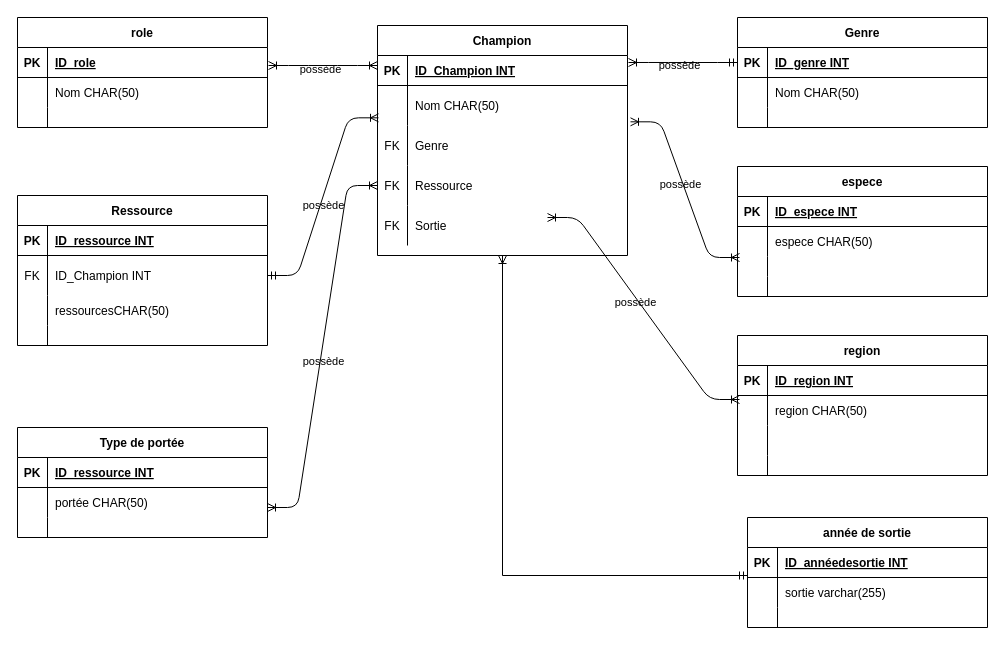
Earlier version of the draw.io diagram Diagramme sans nom.drawio (CamilleSimon/BTS2-CIEL-IR-MCD-2024-2025). Source tidied: cells renumbered, new cells numbered last; positions are measured from the earlier drawing's top-left corner, leaving out a move shared by most shapes. Both pictures are drawn from the tidied source at 100%, with x=0, y=0 at pixel (17, 17).
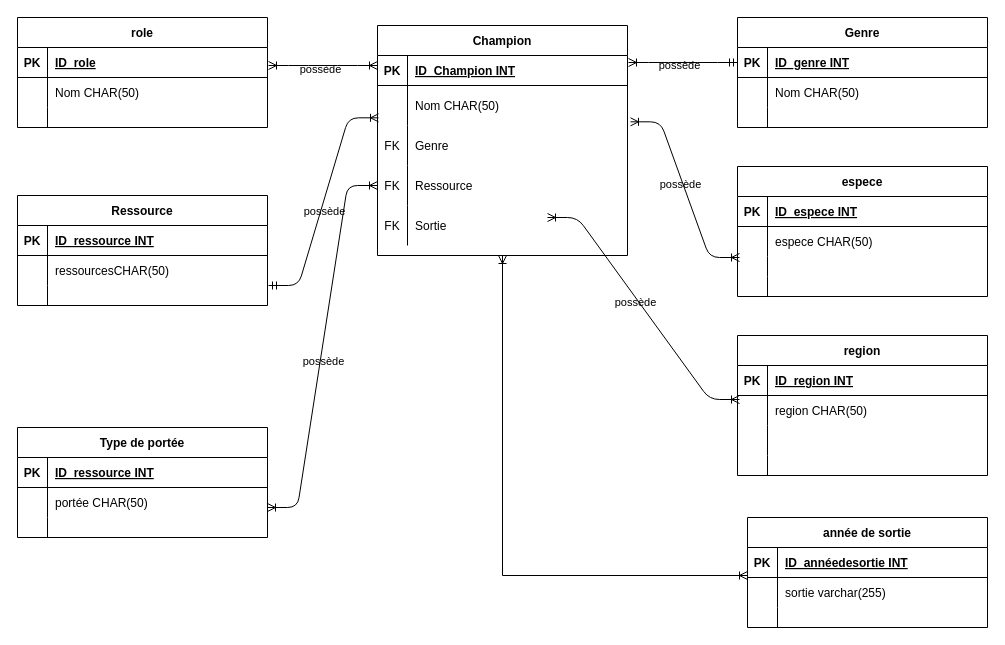
The same page after the edit.

Commit message:
Mettre à jour Diagramme sans nom.drawio

The change refers to these unchanged cells:
```xml
<mxCell id="14" value="Champion" style="shape=table;startSize=30;childLayout=tableLayout;rowLines=0;fontStyle=1;align=center;labelBackgroundColor=none;" parent="1" vertex="1">
  <mxGeometry x="360" y="8" width="250" height="230" as="geometry" />
</mxCell>
<mxCell id="18" style="shape=partialRectangle;fillColor=none;points=[[0,0.5],[1,0.5]];portConstraint=eastwest;top=0;left=0;right=0;bottom=0;labelBackgroundColor=none;" parent="14" vertex="1">
  <mxGeometry y="60" width="250" height="40" as="geometry" />
</mxCell>
<mxCell id="61" value="année de sortie" style="shape=table;startSize=30;childLayout=tableLayout;rowLines=0;fontStyle=1;align=center;labelBackgroundColor=none;" parent="1" vertex="1">
  <mxGeometry x="730" y="500" width="240" height="110" as="geometry" />
</mxCell>
```

Change to the diagram source:
```diff
@@
-    <mxCell id="60" style="edgeStyle=orthogonalEdgeStyle;rounded=0;jettySize=auto;html=1;endArrow=ERoneToMany;endFill=0;startArrow=ERmandOne;startFill=0;entryX=0.5;entryY=1;entryDx=0;entryDy=0;" parent="1" edge="1" source="61" target="14">
+    <mxCell id="60" style="edgeStyle=orthogonalEdgeStyle;rounded=0;jettySize=auto;html=1;endArrow=ERoneToMany;endFill=0;startArrow=ERoneToMany;startFill=0;entryX=0.5;entryY=1;entryDx=0;entryDy=0;" parent="1" edge="1" source="61" target="14">
       <mxGeometry relative="1" as="geometry">
         <Array as="points">
           <mxPoint x="485" y="558" />
         </Array>
       </mxGeometry>
     </mxCell>
@@
     <mxCell id="83" value="Ressource" style="shape=table;startSize=30;childLayout=tableLayout;rowLines=0;fontStyle=1;align=center;labelBackgroundColor=none;" parent="1" vertex="1">
-      <mxGeometry y="178" width="250" height="150" as="geometry" />
+      <mxGeometry y="178" width="250" height="110" as="geometry" />
     </mxCell>
@@
-    <mxCell id="87" style="shape=partialRectangle;fillColor=none;points=[[0,0.5],[1,0.5]];portConstraint=eastwest;top=0;left=0;right=0;bottom=0;labelBackgroundColor=none;" parent="83" vertex="1">
-      <mxGeometry y="60" width="250" height="40" as="geometry" />
-    </mxCell>
-    <mxCell id="88" value="FK" style="shape=partialRectangle;overflow=hidden;fillColor=none;top=0;left=0;bottom=0;right=0;labelBackgroundColor=none;" parent="87" vertex="1">
-      <mxGeometry width="30" height="40" as="geometry" />
-    </mxCell>
-    <mxCell id="89" value="ID_Champion INT" style="shape=partialRectangle;overflow=hidden;fillColor=none;top=0;left=0;bottom=0;right=0;align=left;spacingLeft=6;labelBackgroundColor=none;" parent="87" vertex="1">
-      <mxGeometry x="30" width="220" height="40" as="geometry" />
-    </mxCell>
     <mxCell id="90" style="shape=partialRectangle;fillColor=none;top=0;left=0;right=0;bottom=0;labelBackgroundColor=none;" parent="83" vertex="1">
-      <mxGeometry y="100" width="250" height="30" as="geometry" />
+      <mxGeometry y="60" width="250" height="30" as="geometry" />
     </mxCell>
@@
     <mxCell id="93" style="shape=partialRectangle;fillColor=none;top=0;left=0;right=0;bottom=0;labelBackgroundColor=none;" parent="83" vertex="1">
-      <mxGeometry y="130" width="250" height="20" as="geometry" />
+      <mxGeometry y="90" width="250" height="20" as="geometry" />
     </mxCell>
@@
-    <mxCell id="96" style="edgeStyle=entityRelationEdgeStyle;endArrow=ERoneToMany;startArrow=ERmandOne;endFill=0;startFill=0;entryX=0.004;entryY=0.808;entryDx=0;entryDy=0;labelBackgroundColor=none;fontColor=default;entryPerimeter=0;" parent="1" edge="1" source="87" target="18">
+    <mxCell id="96" style="edgeStyle=entityRelationEdgeStyle;endArrow=ERoneToMany;startArrow=ERmandOne;endFill=0;startFill=0;entryX=0.004;entryY=0.808;entryDx=0;entryDy=0;labelBackgroundColor=none;fontColor=default;entryPerimeter=0;" parent="1" edge="1" target="18">
       <mxGeometry relative="1" as="geometry">
+        <mxPoint x="251" y="268" as="sourcePoint" />
         <Array as="points">
           <mxPoint x="360" y="240.5" />
           <mxPoint x="330" y="140" />
         </Array>
       </mxGeometry>
     </mxCell>
```
